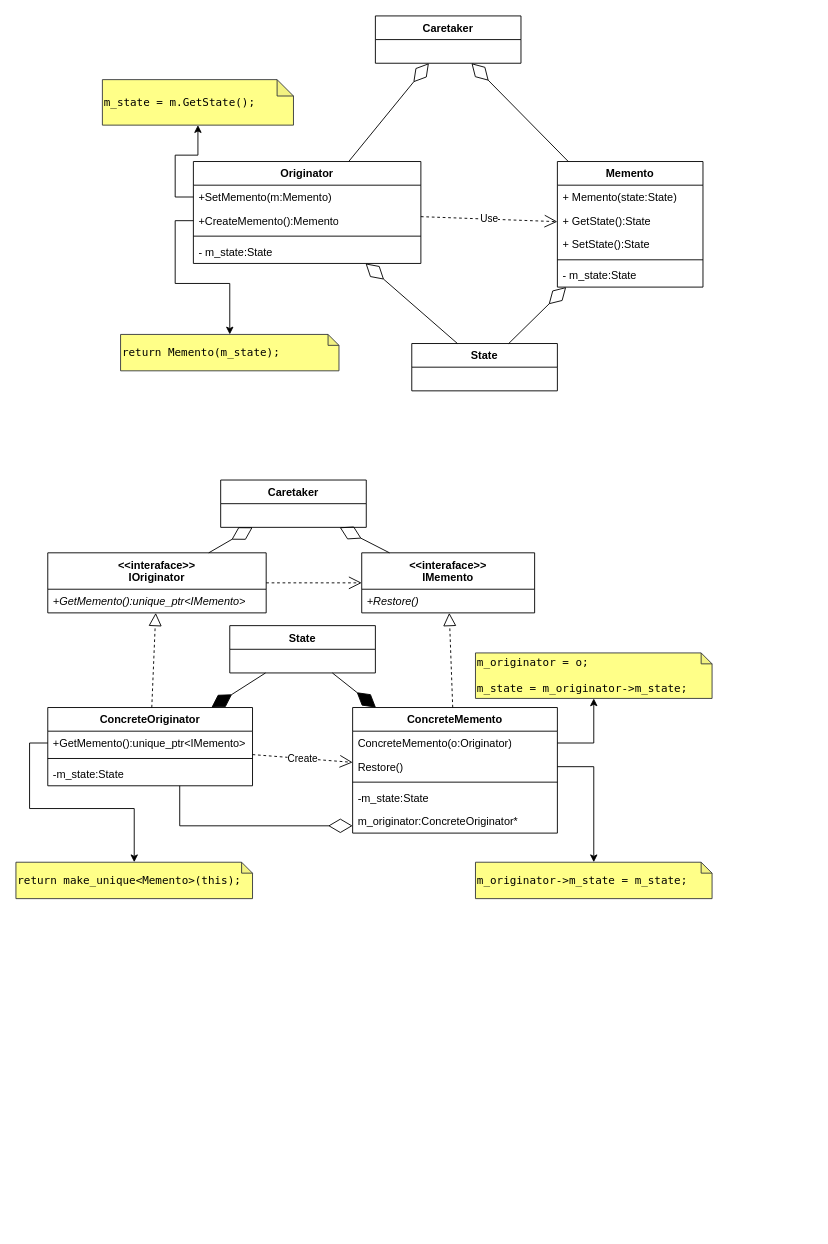
The draw.io diagram lectures/06.command/Memento.drawio in alexey-malov/ood, before the edit. Source tidied: cells renumbered, new cells numbered last; positions are measured from the earlier drawing's top-left corner, leaving out a move shared by most shapes. Both pictures are drawn from the tidied source at 91%, with x=0, y=0 at pixel (15, 15).
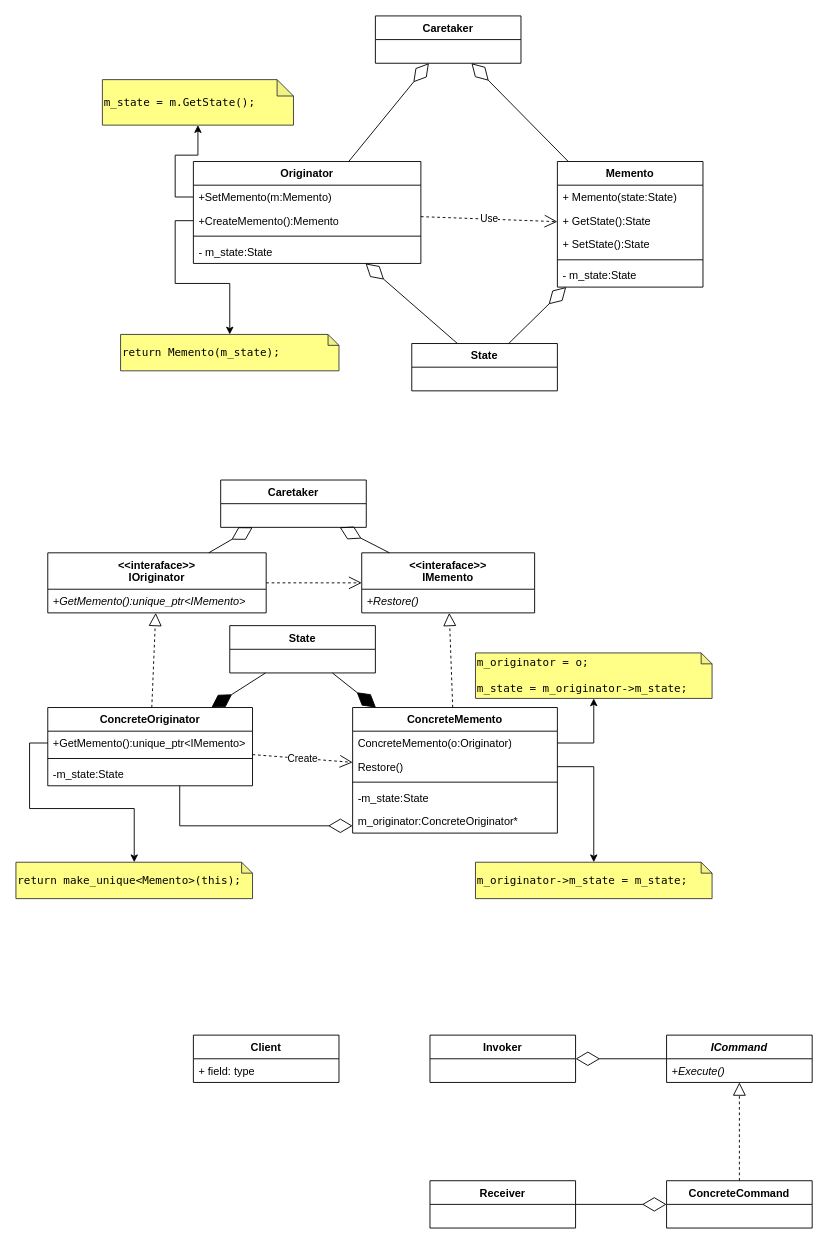
The same diagram, later.

Diff of the diagram source:
```diff
@@
+    <mxCell id="55" value="Client" style="swimlane;fontStyle=1;align=center;verticalAlign=top;horizontal=1;startSize=26;whiteSpace=wrap;html=1;" parent="1" vertex="1">
+      <mxGeometry x="195" y="1120" width="160" height="52" as="geometry" />
+    </mxCell>
+    <mxCell id="56" value="+ field: type" style="text;strokeColor=none;fillColor=none;align=left;verticalAlign=top;spacingLeft=4;spacingRight=4;overflow=hidden;whiteSpace=wrap;html=1;" parent="55" vertex="1">
+      <mxGeometry y="26" width="160" height="26" as="geometry" />
+    </mxCell>
+    <mxCell id="57" value="Invoker" style="swimlane;fontStyle=1;align=center;verticalAlign=top;horizontal=1;startSize=26;whiteSpace=wrap;html=1;" parent="1" vertex="1">
+      <mxGeometry x="455" y="1120" width="160" height="52" as="geometry" />
+    </mxCell>
+    <mxCell id="58" value="ICommand" style="swimlane;fontStyle=3;align=center;verticalAlign=top;horizontal=1;startSize=26;whiteSpace=wrap;html=1;" parent="1" vertex="1">
+      <mxGeometry x="715" y="1120" width="160" height="52" as="geometry" />
+    </mxCell>
+    <mxCell id="59" value="&lt;i&gt;+Execute()&lt;/i&gt;" style="text;strokeColor=none;fillColor=none;align=left;verticalAlign=top;spacingLeft=4;spacingRight=4;overflow=hidden;whiteSpace=wrap;html=1;" parent="58" vertex="1">
+      <mxGeometry y="26" width="160" height="26" as="geometry" />
+    </mxCell>
+    <mxCell id="60" value="ConcreteCommand" style="swimlane;fontStyle=1;align=center;verticalAlign=top;horizontal=1;startSize=26;whiteSpace=wrap;html=1;" parent="1" vertex="1">
+      <mxGeometry x="715" y="1280" width="160" height="52" as="geometry" />
+    </mxCell>
+    <mxCell id="61" style="endArrow=diamondThin;endFill=0;endSize=24;html=1;rounded=0;" parent="1" edge="1" source="62" target="60">
+      <mxGeometry relative="1" as="geometry" />
+    </mxCell>
+    <mxCell id="62" value="Receiver" style="swimlane;fontStyle=1;align=center;verticalAlign=top;horizontal=1;startSize=26;whiteSpace=wrap;html=1;" parent="1" vertex="1">
+      <mxGeometry x="455" y="1280" width="160" height="52" as="geometry" />
+    </mxCell>
+    <mxCell id="63" style="endArrow=block;dashed=1;endFill=0;endSize=12;html=1;rounded=0;" parent="1" edge="1" source="60" target="58">
+      <mxGeometry relative="1" as="geometry" />
+    </mxCell>
+    <mxCell id="64" style="endArrow=diamondThin;endFill=0;endSize=24;html=1;rounded=0;" parent="1" edge="1" source="58" target="57">
+      <mxGeometry relative="1" as="geometry" />
+    </mxCell>
```
